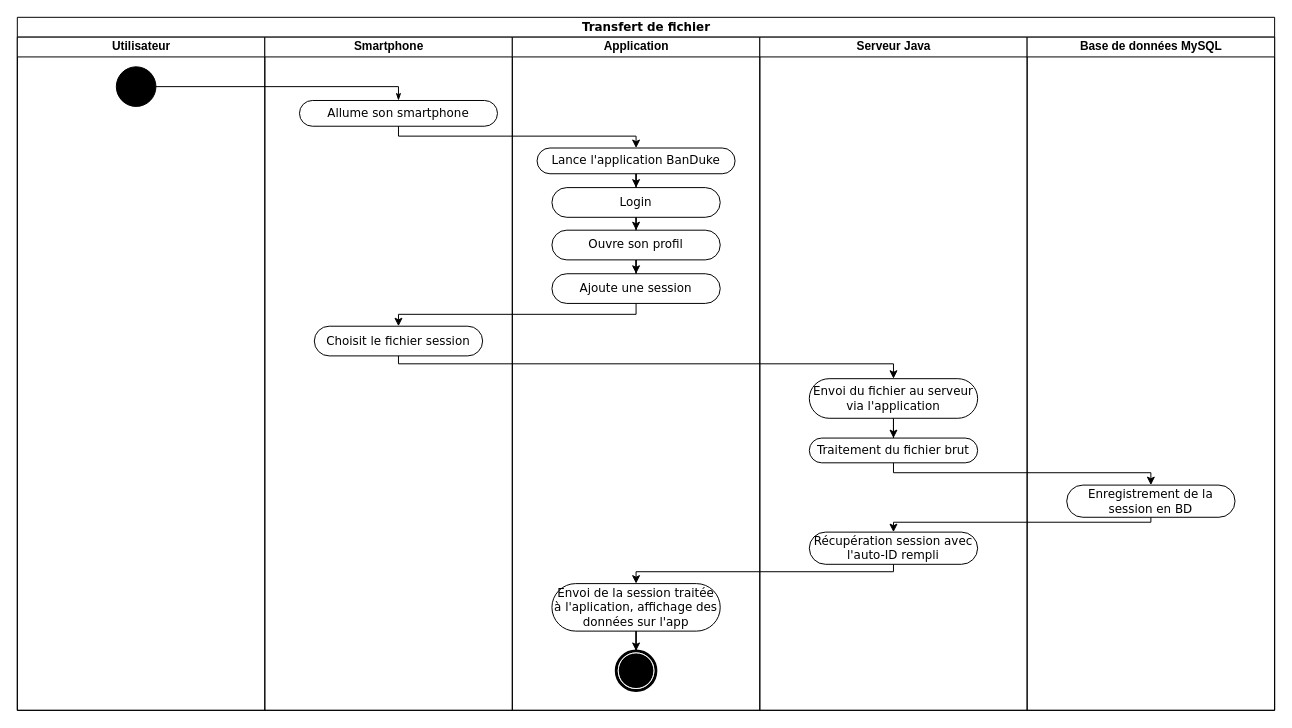
Before: activity_diagram_session_uploading/BanDule_activity_diagram_session_uploading.drawio in EwaldJa/banduke-diagrams, a draw.io diagram. Source tidied: cells renumbered, new cells numbered last; positions are measured from the earlier drawing's top-left corner, leaving out a move shared by most shapes. Both pictures are drawn from the tidied source at 99%, with x=0, y=0 at pixel (17, 17).
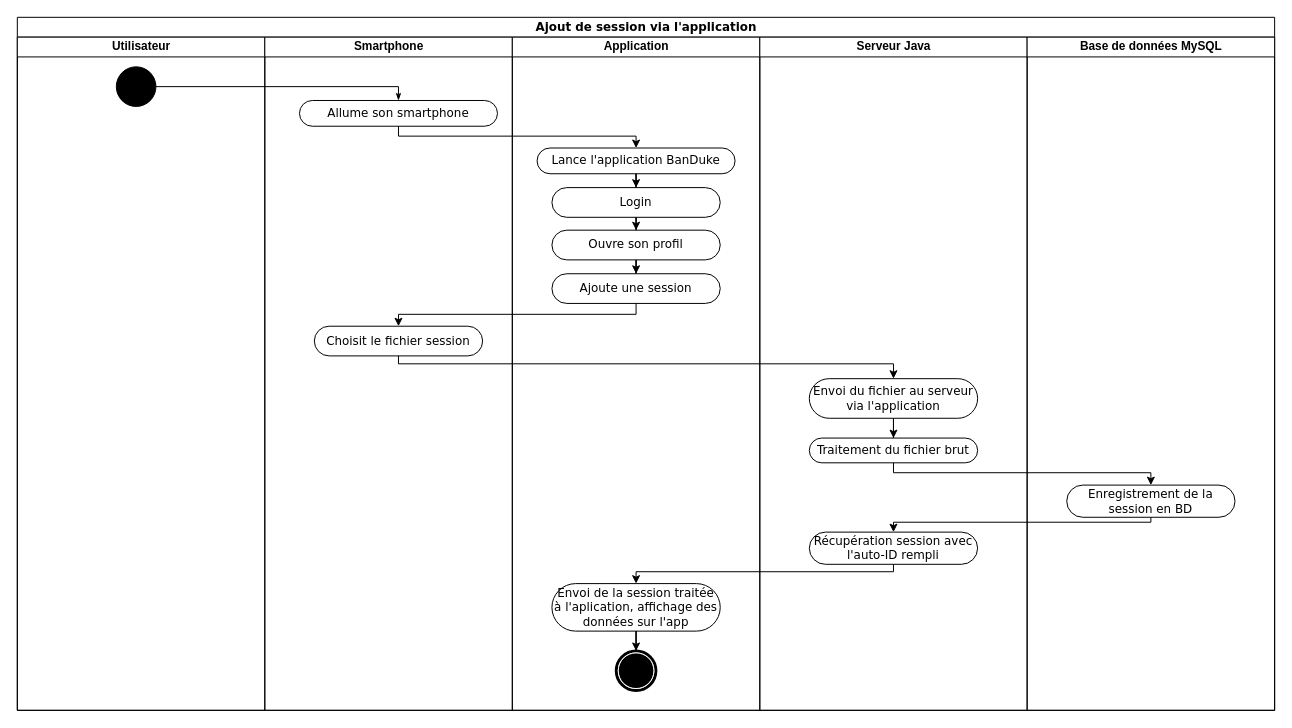
The same page after the edit.

Commit message:
Corrected title BanDule_activity_diagram_session_uploading.drawio

What changed in the source:
```diff
@@
-    <mxCell id="2" value="Transfert de fichier" style="swimlane;html=1;startSize=20;rounded=0;shadow=0;comic=0;labelBackgroundColor=none;strokeWidth=1;fontFamily=Verdana;fontSize=12;align=center;" parent="1" vertex="1">
+    <mxCell id="2" value="Ajout de session via l'application" style="swimlane;html=1;startSize=20;rounded=0;shadow=0;comic=0;labelBackgroundColor=none;strokeWidth=1;fontFamily=Verdana;fontSize=12;align=center;" parent="1" vertex="1">
       <mxGeometry width="1270" height="700" as="geometry" />
     </mxCell>
```
